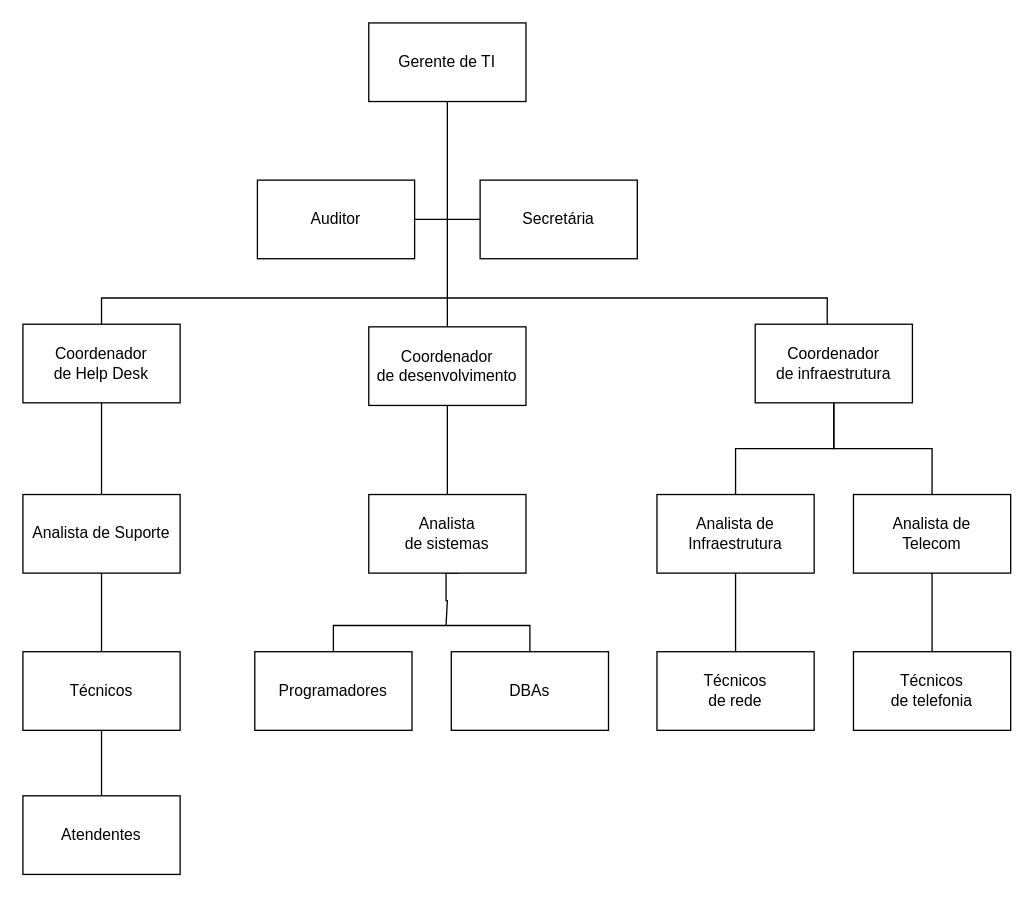
Earlier version of the draw.io diagram mod.drawio (evelopes/diagramas). Source tidied: cells renumbered, new cells numbered last; positions are measured from the earlier drawing's top-left corner, leaving out a move shared by most shapes. Both pictures are drawn from the tidied source at 131%, with x=0, y=0 at pixel (22, 22).
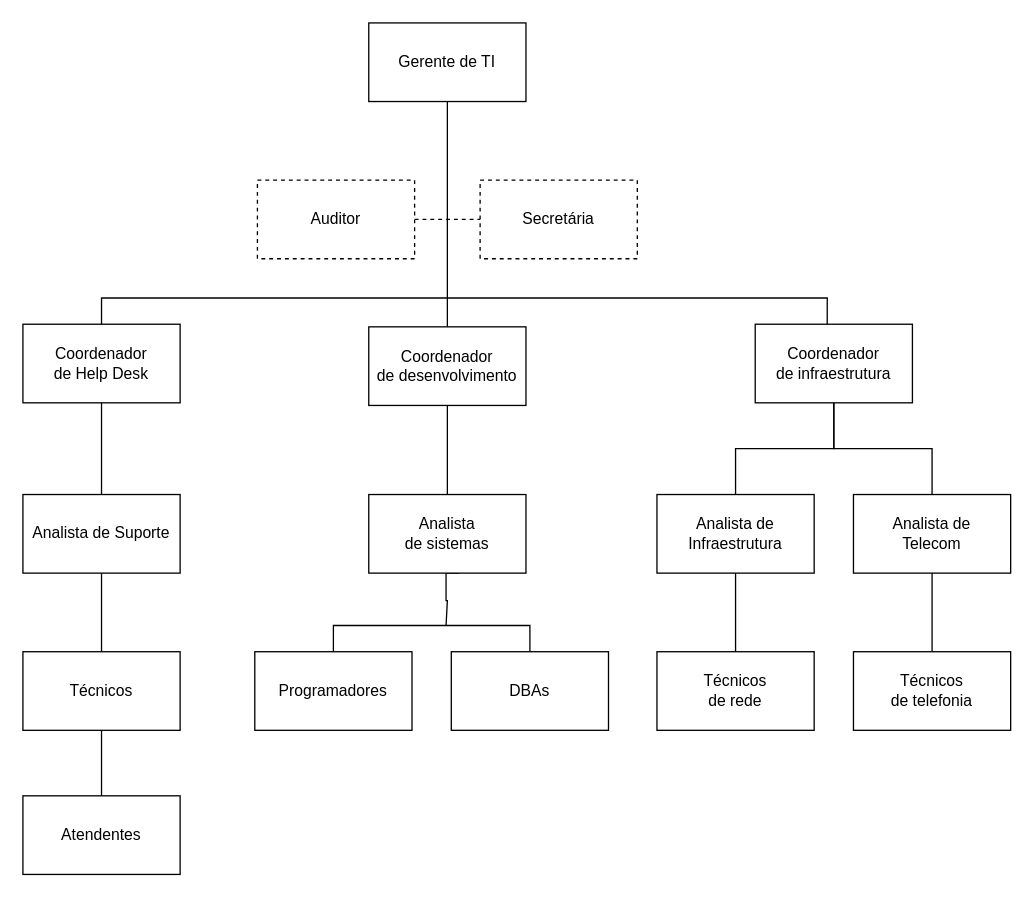
Above is the later version.

What changed in the source:
```diff
@@
-    <mxCell id="4" style="edgeStyle=orthogonalEdgeStyle;rounded=0;jettySize=auto;html=1;exitX=1;exitY=0.5;exitDx=0;exitDy=0;entryX=0;entryY=0.5;entryDx=0;entryDy=0;endArrow=none;endFill=0;" parent="1" edge="1" source="5" target="6">
+    <mxCell id="4" style="edgeStyle=orthogonalEdgeStyle;rounded=0;jettySize=auto;html=1;exitX=1;exitY=0.5;exitDx=0;exitDy=0;entryX=0;entryY=0.5;entryDx=0;entryDy=0;endArrow=none;endFill=0;dashed=1;" parent="1" edge="1" source="5" target="6">
       <mxGeometry relative="1" as="geometry" />
     </mxCell>
-    <mxCell id="5" value="Auditor" style="rounded=0;whiteSpace=wrap;html=1;" parent="1" vertex="1">
+    <mxCell id="5" value="Auditor" style="rounded=0;whiteSpace=wrap;html=1;dashed=1;" parent="1" vertex="1">
       <mxGeometry x="179" y="120" width="120" height="60" as="geometry" />
     </mxCell>
-    <mxCell id="6" value="Secretária" style="rounded=0;whiteSpace=wrap;html=1;" parent="1" vertex="1">
+    <mxCell id="6" value="Secretária" style="rounded=0;whiteSpace=wrap;html=1;dashed=1;" parent="1" vertex="1">
       <mxGeometry x="349" y="120" width="120" height="60" as="geometry" />
     </mxCell>
```
